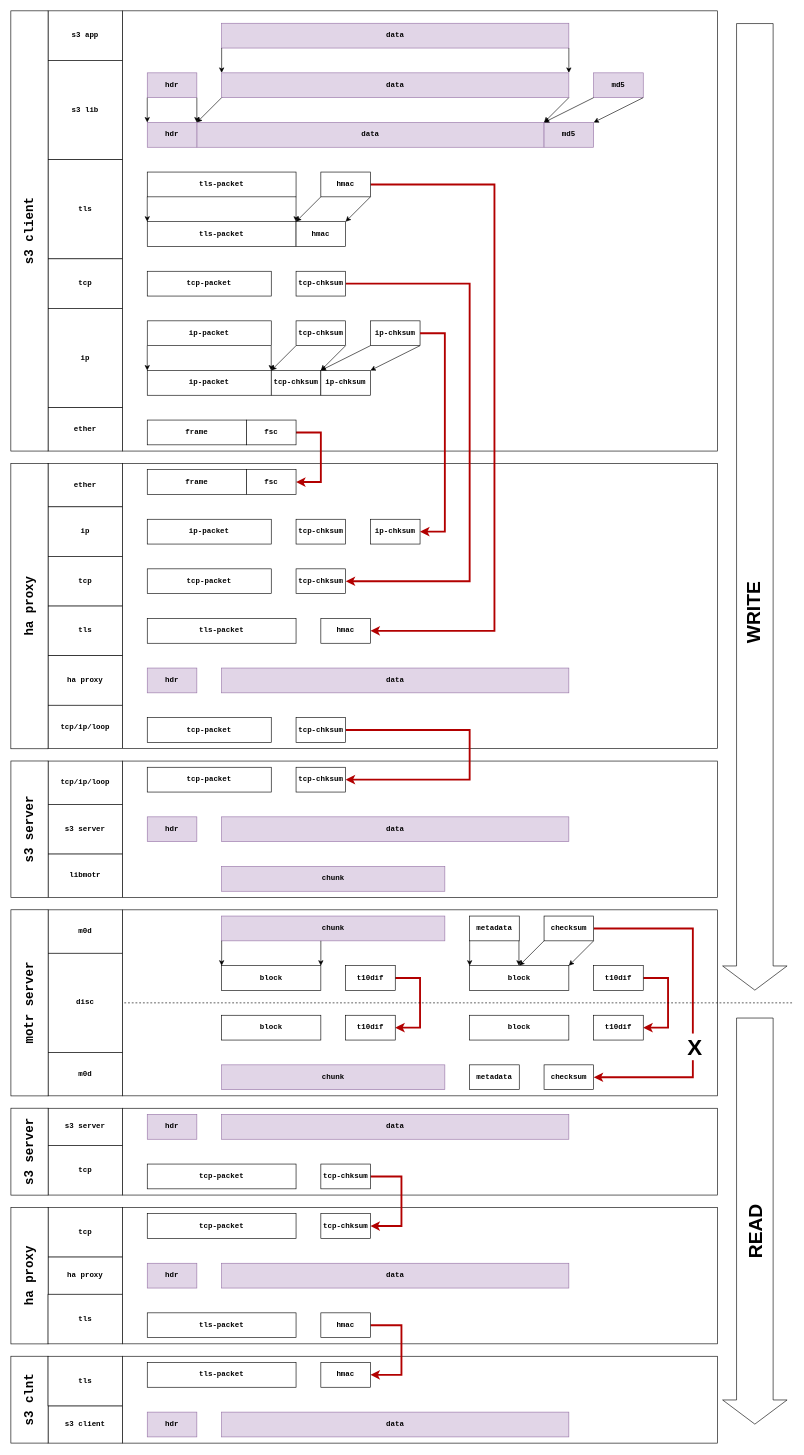
This is doc/integrity-r1.drawio from Seagate/cortx-motr, a draw.io file, before an edit. Source tidied: cells renumbered, new cells numbered last; positions are measured from the earlier drawing's top-left corner, leaving out a move shared by most shapes. Both pictures are drawn from the tidied source at 62%, with x=0, y=0 at pixel (-191, 11).
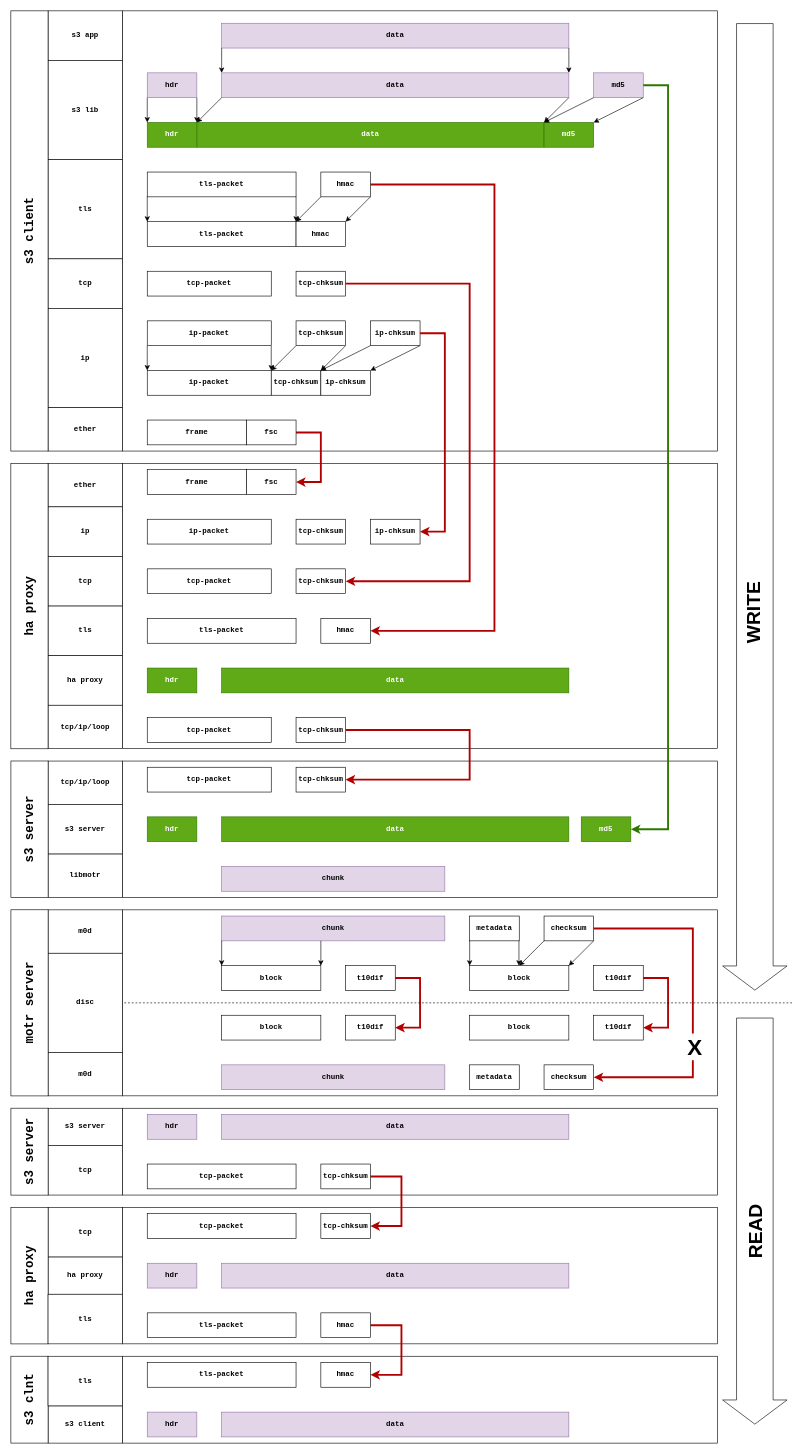
After the change.

Commit message:
doc/integrity-r1.drawio: add optional md5 check.

The change refers to these unchanged cells:
```xml
<mxCell id="13" value="md5" style="rounded=0;whiteSpace=wrap;html=1;fontFamily=Courier New;fontStyle=1;fillColor=#e1d5e7;strokeColor=#9673a6;" parent="1" vertex="1">
  <mxGeometry x="1265" y="100" width="80" height="40" as="geometry" />
</mxCell>
```

Change to the diagram source:
```diff
@@
+    <mxCell id="8" style="rounded=0;whiteSpace=wrap;html=1;fontFamily=Courier New;" parent="1" vertex="1">
+      <mxGeometry x="505" width="960" height="710" as="geometry" />
+    </mxCell>
@@
-    <mxCell id="8" style="rounded=0;whiteSpace=wrap;html=1;fontFamily=Courier New;" parent="1" vertex="1">
-      <mxGeometry x="505" width="960" height="710" as="geometry" />
-    </mxCell>
@@
-    <mxCell id="15" value="data" style="rounded=0;whiteSpace=wrap;html=1;fontFamily=Courier New;fontStyle=1;fillColor=#e1d5e7;strokeColor=#9673a6;" parent="1" vertex="1">
+    <mxCell id="15" value="data" style="rounded=0;whiteSpace=wrap;html=1;fontFamily=Courier New;fontStyle=1;fillColor=#60a917;strokeColor=#2D7600;fontColor=#ffffff;" parent="1" vertex="1">
       <mxGeometry x="625" y="180" width="560" height="40" as="geometry" />
     </mxCell>
-    <mxCell id="16" value="md5" style="rounded=0;whiteSpace=wrap;html=1;fontFamily=Courier New;fontStyle=1;fillColor=#e1d5e7;strokeColor=#9673a6;" parent="1" vertex="1">
+    <mxCell id="16" value="md5" style="rounded=0;whiteSpace=wrap;html=1;fontFamily=Courier New;fontStyle=1;fillColor=#60a917;strokeColor=#2D7600;fontColor=#ffffff;" parent="1" vertex="1">
       <mxGeometry x="1185" y="180" width="80" height="40" as="geometry" />
     </mxCell>
-    <mxCell id="17" value="hdr" style="rounded=0;whiteSpace=wrap;html=1;fontFamily=Courier New;fontStyle=1;fillColor=#e1d5e7;strokeColor=#9673a6;" parent="1" vertex="1">
+    <mxCell id="17" value="hdr" style="rounded=0;whiteSpace=wrap;html=1;fontFamily=Courier New;fontStyle=1;fillColor=#60a917;strokeColor=#2D7600;fontColor=#ffffff;" parent="1" vertex="1">
       <mxGeometry x="545" y="180" width="80" height="40" as="geometry" />
     </mxCell>
@@
-    <mxCell id="61" value="data" style="rounded=0;whiteSpace=wrap;html=1;fontFamily=Courier New;fontStyle=1;fillColor=#e1d5e7;strokeColor=#9673a6;" parent="1" vertex="1">
+    <mxCell id="61" value="data" style="rounded=0;whiteSpace=wrap;html=1;fontFamily=Courier New;fontStyle=1;fillColor=#60a917;strokeColor=#2D7600;fontColor=#ffffff;" parent="1" vertex="1">
       <mxGeometry x="665" y="1060" width="560" height="40" as="geometry" />
     </mxCell>
-    <mxCell id="62" value="hdr" style="rounded=0;whiteSpace=wrap;html=1;fontFamily=Courier New;fontStyle=1;fillColor=#e1d5e7;strokeColor=#9673a6;" parent="1" vertex="1">
+    <mxCell id="62" value="hdr" style="rounded=0;whiteSpace=wrap;html=1;fontFamily=Courier New;fontStyle=1;fillColor=#60a917;strokeColor=#2D7600;fontColor=#ffffff;" parent="1" vertex="1">
       <mxGeometry x="545" y="1060" width="80" height="40" as="geometry" />
     </mxCell>
@@
-    <mxCell id="68" value="data" style="rounded=0;whiteSpace=wrap;html=1;fontFamily=Courier New;fontStyle=1;fillColor=#e1d5e7;strokeColor=#9673a6;" parent="1" vertex="1">
+    <mxCell id="68" value="data" style="rounded=0;whiteSpace=wrap;html=1;fontFamily=Courier New;fontStyle=1;fillColor=#60a917;strokeColor=#2D7600;fontColor=#ffffff;" parent="1" vertex="1">
       <mxGeometry x="665" y="1300" width="560" height="40" as="geometry" />
     </mxCell>
-    <mxCell id="69" value="hdr" style="rounded=0;whiteSpace=wrap;html=1;fontFamily=Courier New;fontStyle=1;fillColor=#e1d5e7;strokeColor=#9673a6;" parent="1" vertex="1">
+    <mxCell id="69" value="hdr" style="rounded=0;whiteSpace=wrap;html=1;fontFamily=Courier New;fontStyle=1;fillColor=#60a917;strokeColor=#2D7600;fontColor=#ffffff;" parent="1" vertex="1">
       <mxGeometry x="545" y="1300" width="80" height="40" as="geometry" />
     </mxCell>
@@
+    <mxCell id="148" value="md5" style="rounded=0;whiteSpace=wrap;html=1;fontFamily=Courier New;fontStyle=1;fillColor=#60a917;strokeColor=#2D7600;fontColor=#ffffff;" parent="1" vertex="1">
+      <mxGeometry x="1245" y="1300" width="80" height="40" as="geometry" />
+    </mxCell>
+    <mxCell id="149" style="edgeStyle=orthogonalEdgeStyle;rounded=0;jettySize=auto;html=1;exitX=1;exitY=0.5;exitDx=0;exitDy=0;entryX=1;entryY=0.5;entryDx=0;entryDy=0;strokeWidth=3;fontFamily=Courier New;fillColor=#60a917;strokeColor=#2D7600;" parent="1" edge="1" source="13" target="148">
+      <mxGeometry relative="1" as="geometry">
+        <Array as="points">
+          <mxPoint x="1385" y="120" />
+          <mxPoint x="1385" y="1320" />
+        </Array>
+      </mxGeometry>
+    </mxCell>
```
